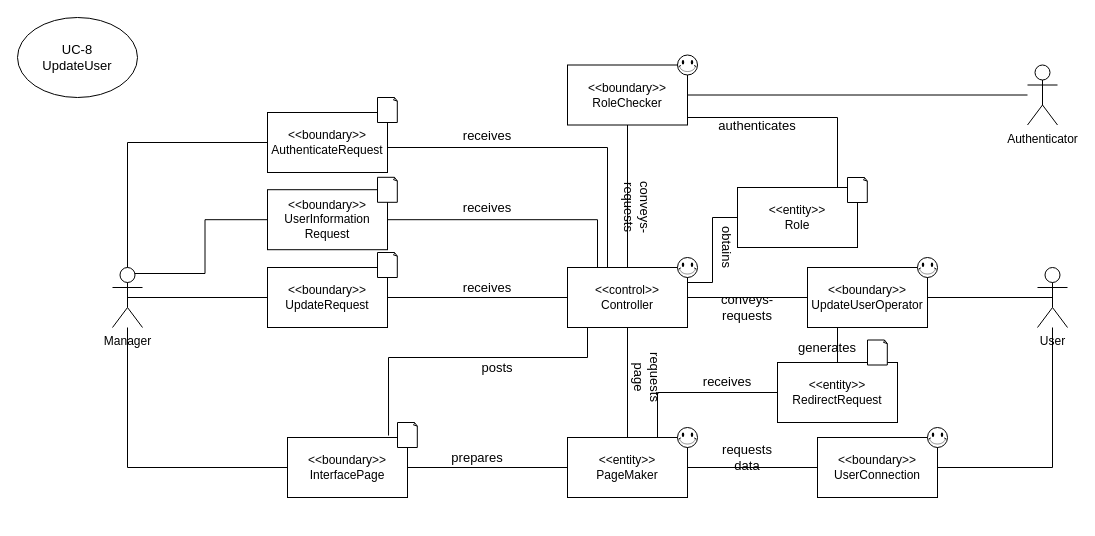
Above: docs/SubgroupB_management/domainmodel/d8 updateuser.drawio in cau-sw-engineering-2021/online-pizza-ordering-system (draw.io), before the change. Source tidied: cells renumbered, new cells numbered last; positions are measured from the earlier drawing's top-left corner, leaving out a move shared by most shapes. Both pictures are drawn from the tidied source at 100%, with x=0, y=0 at pixel (17, 17).
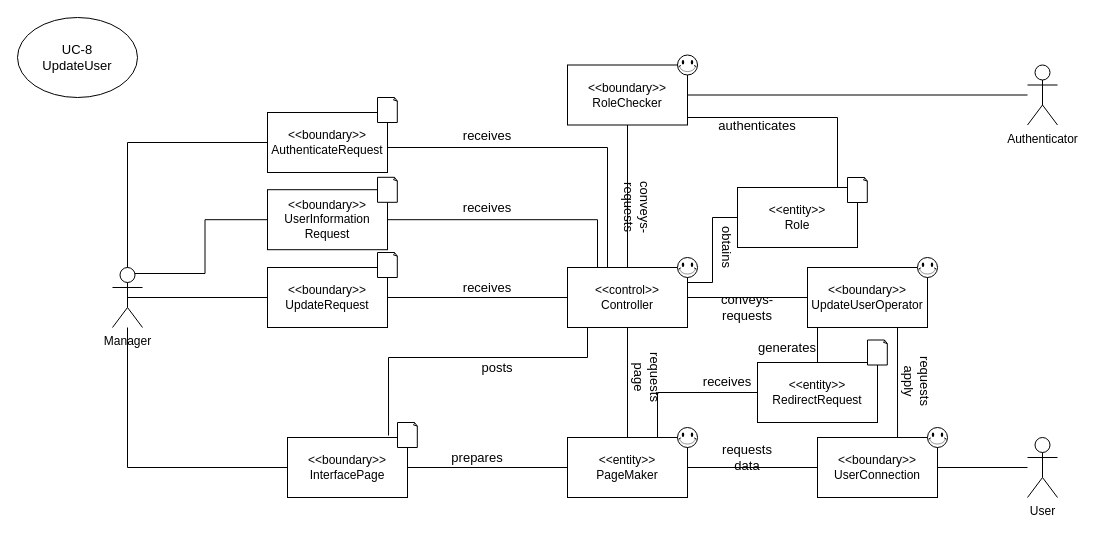
After the change.

The change refers to these unchanged cells:
```xml
<mxCell id="4" value="&amp;lt;&amp;lt;boundary&amp;gt;&amp;gt;&lt;br&gt;UpdateUserOperator" style="rounded=0;whiteSpace=wrap;html=1;" parent="1" vertex="1">
  <mxGeometry x="790" y="250" width="120" height="60" as="geometry" />
</mxCell>
<mxCell id="9" value="&amp;lt;&amp;lt;boundary&amp;gt;&amp;gt;&lt;br&gt;UserConnection" style="rounded=0;whiteSpace=wrap;html=1;" parent="1" vertex="1">
  <mxGeometry x="800" y="420" width="120" height="60" as="geometry" />
</mxCell>
```

Diff of the diagram source:
```diff
@@
-    <mxCell id="2" style="edgeStyle=orthogonalEdgeStyle;rounded=0;jettySize=auto;html=1;entryX=0.5;entryY=0.5;entryDx=0;entryDy=0;entryPerimeter=0;endArrow=none;endFill=0;" parent="1" edge="1" source="4" target="31">
-      <mxGeometry relative="1" as="geometry" />
-    </mxCell>
     <mxCell id="3" style="edgeStyle=orthogonalEdgeStyle;rounded=0;jettySize=auto;html=1;exitX=0.25;exitY=1;exitDx=0;exitDy=0;entryX=0.5;entryY=0;entryDx=0;entryDy=0;endArrow=none;endFill=0;" parent="1" edge="1" source="4" target="53">
-      <mxGeometry relative="1" as="geometry" />
+      <mxGeometry relative="1" as="geometry">
+        <Array as="points">
+          <mxPoint x="800" y="310" />
+        </Array>
+      </mxGeometry>
     </mxCell>
+    <mxCell id="61" style="edgeStyle=orthogonalEdgeStyle;rounded=0;jettySize=auto;html=1;exitX=0.75;exitY=1;exitDx=0;exitDy=0;entryX=0.667;entryY=0.017;entryDx=0;entryDy=0;entryPerimeter=0;endArrow=none;endFill=0;" parent="1" edge="1" source="4" target="9">
+      <mxGeometry relative="1" as="geometry" />
+    </mxCell>
@@
     <mxCell id="31" value="User" style="shape=umlActor;verticalLabelPosition=bottom;verticalAlign=top;html=1;outlineConnect=0;" parent="1" vertex="1">
-      <mxGeometry x="1020" y="250" width="30" height="60" as="geometry" />
+      <mxGeometry x="1010" y="420" width="30" height="60" as="geometry" />
     </mxCell>
@@
     <mxCell id="53" value="&amp;lt;&amp;lt;entity&amp;gt;&amp;gt;&lt;br&gt;RedirectRequest" style="rounded=0;whiteSpace=wrap;html=1;" parent="1" vertex="1">
-      <mxGeometry x="760" y="345" width="120" height="60" as="geometry" />
+      <mxGeometry x="740" y="345" width="120" height="60" as="geometry" />
     </mxCell>
@@
     <mxCell id="55" value="generates" style="text;html=1;strokeColor=none;fillColor=none;align=center;verticalAlign=middle;whiteSpace=wrap;rounded=0;fontSize=13;" parent="1" vertex="1">
-      <mxGeometry x="790" y="320" width="40" height="20" as="geometry" />
+      <mxGeometry x="750" y="320" width="40" height="20" as="geometry" />
     </mxCell>
@@
+    <mxCell id="62" value="requests apply" style="text;html=1;strokeColor=none;fillColor=none;align=center;verticalAlign=middle;whiteSpace=wrap;rounded=0;fontSize=13;rotation=90;" parent="1" vertex="1">
+      <mxGeometry x="880" y="354" width="40" height="20" as="geometry" />
+    </mxCell>
```
